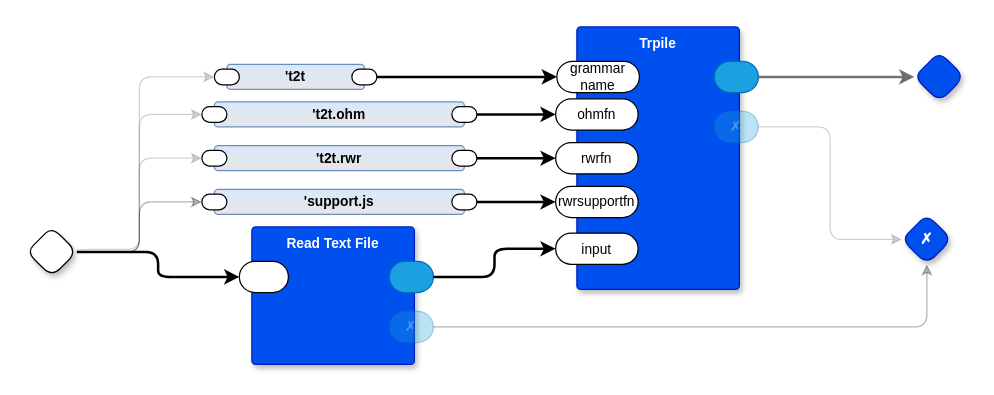
Before: page "main" (1 of 3) of t2t.drawio in guitarvydas/t2t, a draw.io diagram. Source tidied: cells renumbered, new cells numbered last; positions are measured from the earlier drawing's top-left corner, leaving out a move shared by most shapes. Both pictures are drawn from the tidied source at 125%, with x=0, y=0 at pixel (26, 26).
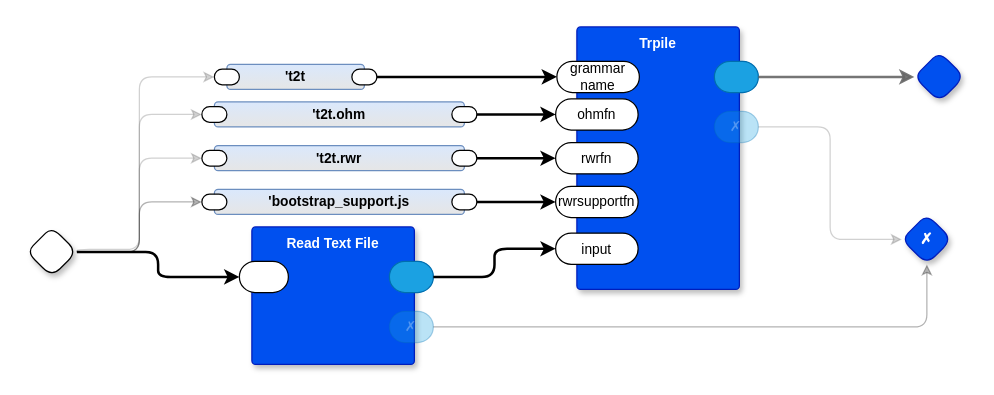
The same page after the edit.

What changed in the source:
```diff
@@
-    <mxCell id="22" value="'support.js" style="rounded=1;whiteSpace=wrap;sketch=0;verticalAlign=middle;arcSize=6;fontStyle=1;absoluteArcSize=1;shadow=0;strokeColor=#6c8ebf;fillColor=#dae8fc;fontFamily=Helvetica;fontSize=11;gradientColor=#E6E6E6;" parent="1" vertex="1">
+    <mxCell id="22" value="'bootstrap_support.js" style="rounded=1;whiteSpace=wrap;sketch=0;verticalAlign=middle;arcSize=6;fontStyle=1;absoluteArcSize=1;shadow=0;strokeColor=#6c8ebf;fillColor=#dae8fc;fontFamily=Helvetica;fontSize=11;gradientColor=#E6E6E6;" parent="1" vertex="1">
       <mxGeometry x="150" y="130" width="200" height="20" as="geometry" />
     </mxCell>
```
